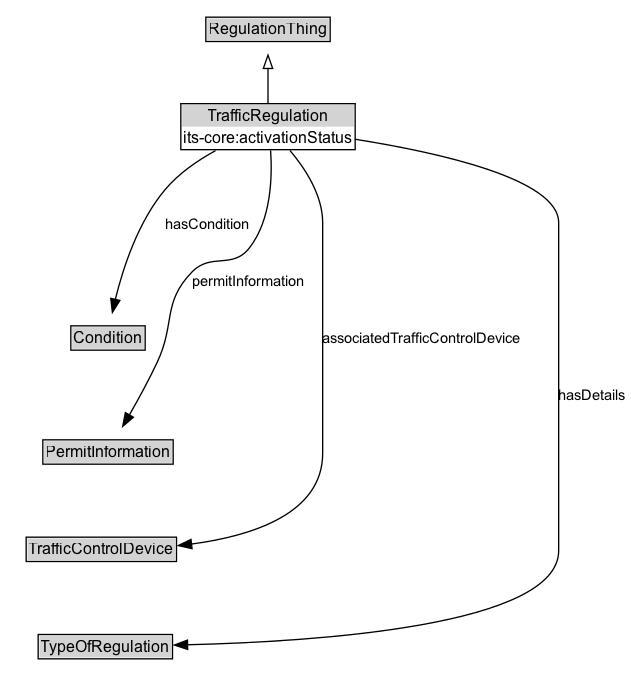
Earlier version of the Graphviz export docs/diagrams/TrafficRegulation.dot.png (k-vaughn/ontology-its-regulation). Its source is kept beside it as docs/diagrams/TrafficRegulation.dot.
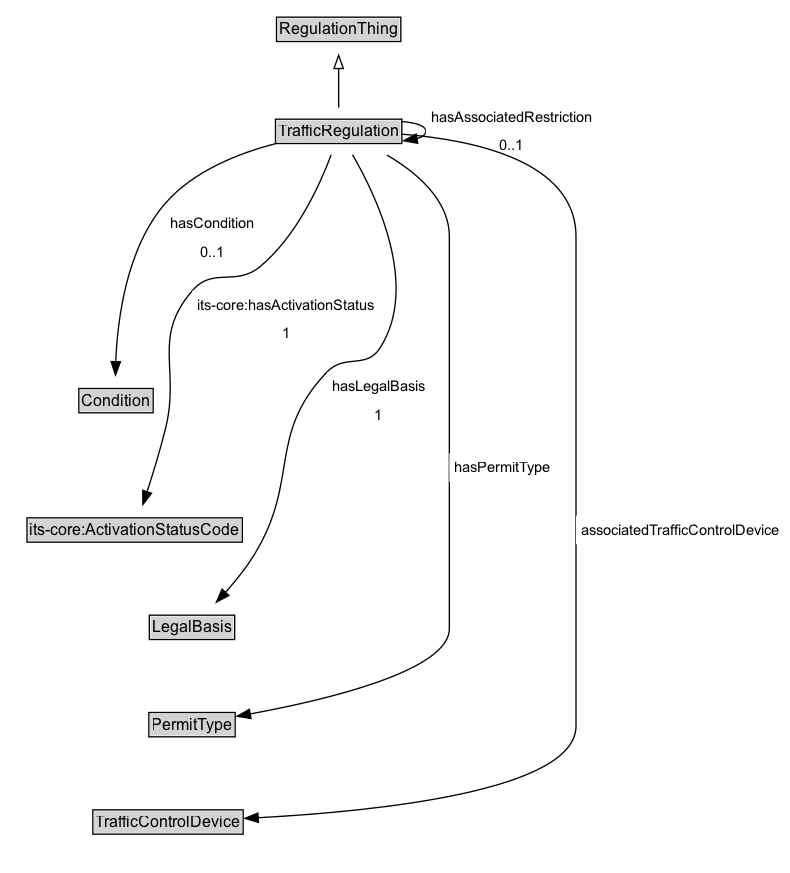
Later version of the same file.

Diff of the diagram source:
```diff
@@ -6,7 +6,7 @@
 		rank=source
 		RegulationThing [label=<<TABLE BORDER="1" CELLBORDER="0" CELLSPACING="0" CELLPADDING="1"><TR><TD BGCOLOR="lightgray" ALIGN="CENTER">RegulationThing</TD></TR></TABLE>> URL="../RegulationThing" margin=0]
 	}
-	TrafficRegulation [label=<<TABLE BORDER="1" CELLBORDER="0" CELLSPACING="0" CELLPADDING="1"><TR><TD BGCOLOR="lightgray" ALIGN="CENTER">TrafficRegulation</TD></TR><TR><TD ALIGN="LEFT">its-core:activationStatus</TD></TR></TABLE>> URL="../TrafficRegulation" margin=0]
+	TrafficRegulation [label=<<TABLE BORDER="1" CELLBORDER="0" CELLSPACING="0" CELLPADDING="1"><TR><TD BGCOLOR="lightgray" ALIGN="CENTER">TrafficRegulation</TD></TR></TABLE>> URL="../TrafficRegulation" margin=0]
 	{
 		rank=max
 	}
@@ -14,22 +14,28 @@
 		label="" style=invis
 		Invis [label=<<TABLE BORDER="0" CELLBORDER="0" CELLSPACING="0" CELLPADDING="1"><TR><TD></TD></TR></TABLE>> margin=0 style=invis]
 		Condition [label=<<TABLE BORDER="1" CELLBORDER="0" CELLSPACING="0" CELLPADDING="1"><TR><TD BGCOLOR="lightgray" ALIGN="CENTER">Condition</TD></TR></TABLE>> URL="../Condition" margin=0]
-		PermitInformation [label=<<TABLE BORDER="1" CELLBORDER="0" CELLSPACING="0" CELLPADDING="1"><TR><TD BGCOLOR="lightgray" ALIGN="CENTER">PermitInformation</TD></TR></TABLE>> URL="../PermitInformation" margin=0]
+		"its-core_ActivationStatusCode" [label=<<TABLE BORDER="1" CELLBORDER="0" CELLSPACING="0" CELLPADDING="1"><TR><TD BGCOLOR="lightgray" ALIGN="CENTER">its-core:ActivationStatusCode</TD></TR></TABLE>> URL="https://w3id.org/itsdata/core/v1/ActivationStatusCode" margin=0]
+		LegalBasis [label=<<TABLE BORDER="1" CELLBORDER="0" CELLSPACING="0" CELLPADDING="1"><TR><TD BGCOLOR="lightgray" ALIGN="CENTER">LegalBasis</TD></TR></TABLE>> URL="../LegalBasis" margin=0]
+		PermitType [label=<<TABLE BORDER="1" CELLBORDER="0" CELLSPACING="0" CELLPADDING="1"><TR><TD BGCOLOR="lightgray" ALIGN="CENTER">PermitType</TD></TR></TABLE>> URL="../PermitType" margin=0]
 		TrafficControlDevice [label=<<TABLE BORDER="1" CELLBORDER="0" CELLSPACING="0" CELLPADDING="1"><TR><TD BGCOLOR="lightgray" ALIGN="CENTER">TrafficControlDevice</TD></TR></TABLE>> URL="../TrafficControlDevice" margin=0]
-		TypeOfRegulation [label=<<TABLE BORDER="1" CELLBORDER="0" CELLSPACING="0" CELLPADDING="1"><TR><TD BGCOLOR="lightgray" ALIGN="CENTER">TypeOfRegulation</TD></TR></TABLE>> URL="../TypeOfRegulation" margin=0]
 	}
 	TrafficRegulation -> RegulationThing [arrowhead=onormal style=solid]
 	TrafficRegulation -> Invis [style=invis]
 	Invis -> Condition [style=invis]
-	Condition -> PermitInformation [style=invis]
-	PermitInformation -> TrafficControlDevice [style=invis]
-	TrafficControlDevice -> TypeOfRegulation [style=invis]
-	TypeOfRegulation [label=<<TABLE BORDER="1" CELLBORDER="0" CELLSPACING="0" CELLPADDING="1"><TR><TD BGCOLOR="lightgray" ALIGN="CENTER">TypeOfRegulation</TD></TR></TABLE>> URL="../TypeOfRegulation" margin=0]
-	TrafficRegulation -> TypeOfRegulation [label=hasDetails arrowhead=normal style=solid]
+	Condition -> "its-core_ActivationStatusCode" [style=invis]
+	"its-core_ActivationStatusCode" -> LegalBasis [style=invis]
+	LegalBasis -> PermitType [style=invis]
+	PermitType -> TrafficControlDevice [style=invis]
+	LegalBasis [label=<<TABLE BORDER="1" CELLBORDER="0" CELLSPACING="0" CELLPADDING="1"><TR><TD BGCOLOR="lightgray" ALIGN="CENTER">LegalBasis</TD></TR></TABLE>> URL="../LegalBasis" margin=0]
+	TrafficRegulation -> LegalBasis [label=<<TABLE BORDER="0" CELLBORDER="0" CELLSPACING="0" CELLPADDING="4" BGCOLOR="white"><TR><TD ALIGN="CENTER">hasLegalBasis</TD></TR><TR><TD ALIGN="CENTER">1</TD></TR></TABLE>> arrowhead=normal style=solid]
+	"its-core_ActivationStatusCode" [label=<<TABLE BORDER="1" CELLBORDER="0" CELLSPACING="0" CELLPADDING="1"><TR><TD BGCOLOR="lightgray" ALIGN="CENTER">its-core:ActivationStatusCode</TD></TR></TABLE>> URL="https://w3id.org/itsdata/core/v1/ActivationStatusCode" margin=0]
+	TrafficRegulation -> "its-core_ActivationStatusCode" [label=<<TABLE BORDER="0" CELLBORDER="0" CELLSPACING="0" CELLPADDING="4" BGCOLOR="white"><TR><TD ALIGN="CENTER">its-core:hasActivationStatus</TD></TR><TR><TD ALIGN="CENTER">1</TD></TR></TABLE>> arrowhead=normal style=solid]
 	TrafficControlDevice [label=<<TABLE BORDER="1" CELLBORDER="0" CELLSPACING="0" CELLPADDING="1"><TR><TD BGCOLOR="lightgray" ALIGN="CENTER">TrafficControlDevice</TD></TR></TABLE>> URL="../TrafficControlDevice" margin=0]
-	TrafficRegulation -> TrafficControlDevice [label=associatedTrafficControlDevice arrowhead=normal style=solid]
+	TrafficRegulation -> TrafficControlDevice [label=<<TABLE BORDER="0" CELLBORDER="0" CELLSPACING="0" CELLPADDING="4" BGCOLOR="white"><TR><TD ALIGN="CENTER">associatedTrafficControlDevice</TD></TR></TABLE>> arrowhead=normal style=solid]
 	Condition [label=<<TABLE BORDER="1" CELLBORDER="0" CELLSPACING="0" CELLPADDING="1"><TR><TD BGCOLOR="lightgray" ALIGN="CENTER">Condition</TD></TR></TABLE>> URL="../Condition" margin=0]
-	TrafficRegulation -> Condition [label=hasCondition arrowhead=normal style=solid]
-	PermitInformation [label=<<TABLE BORDER="1" CELLBORDER="0" CELLSPACING="0" CELLPADDING="1"><TR><TD BGCOLOR="lightgray" ALIGN="CENTER">PermitInformation</TD></TR></TABLE>> URL="../PermitInformation" margin=0]
-	TrafficRegulation -> PermitInformation [label=permitInformation arrowhead=normal style=solid]
+	TrafficRegulation -> Condition [label=<<TABLE BORDER="0" CELLBORDER="0" CELLSPACING="0" CELLPADDING="4" BGCOLOR="white"><TR><TD ALIGN="CENTER">hasCondition</TD></TR><TR><TD ALIGN="CENTER">0..1</TD></TR></TABLE>> arrowhead=normal style=solid]
+	PermitType [label=<<TABLE BORDER="1" CELLBORDER="0" CELLSPACING="0" CELLPADDING="1"><TR><TD BGCOLOR="lightgray" ALIGN="CENTER">PermitType</TD></TR></TABLE>> URL="../PermitType" margin=0]
+	TrafficRegulation -> PermitType [label=<<TABLE BORDER="0" CELLBORDER="0" CELLSPACING="0" CELLPADDING="4" BGCOLOR="white"><TR><TD ALIGN="CENTER">hasPermitType</TD></TR></TABLE>> arrowhead=normal style=solid]
+	TrafficRegulation [label=<<TABLE BORDER="1" CELLBORDER="0" CELLSPACING="0" CELLPADDING="1"><TR><TD BGCOLOR="lightgray" ALIGN="CENTER">TrafficRegulation</TD></TR></TABLE>> URL="../TrafficRegulation" margin=0]
+	TrafficRegulation -> TrafficRegulation [label=<<TABLE BORDER="0" CELLBORDER="0" CELLSPACING="0" CELLPADDING="4" BGCOLOR="white"><TR><TD ALIGN="CENTER">hasAssociatedRestriction</TD></TR><TR><TD ALIGN="CENTER">0..1</TD></TR></TABLE>> arrowhead=normal style=solid]
 }
```
